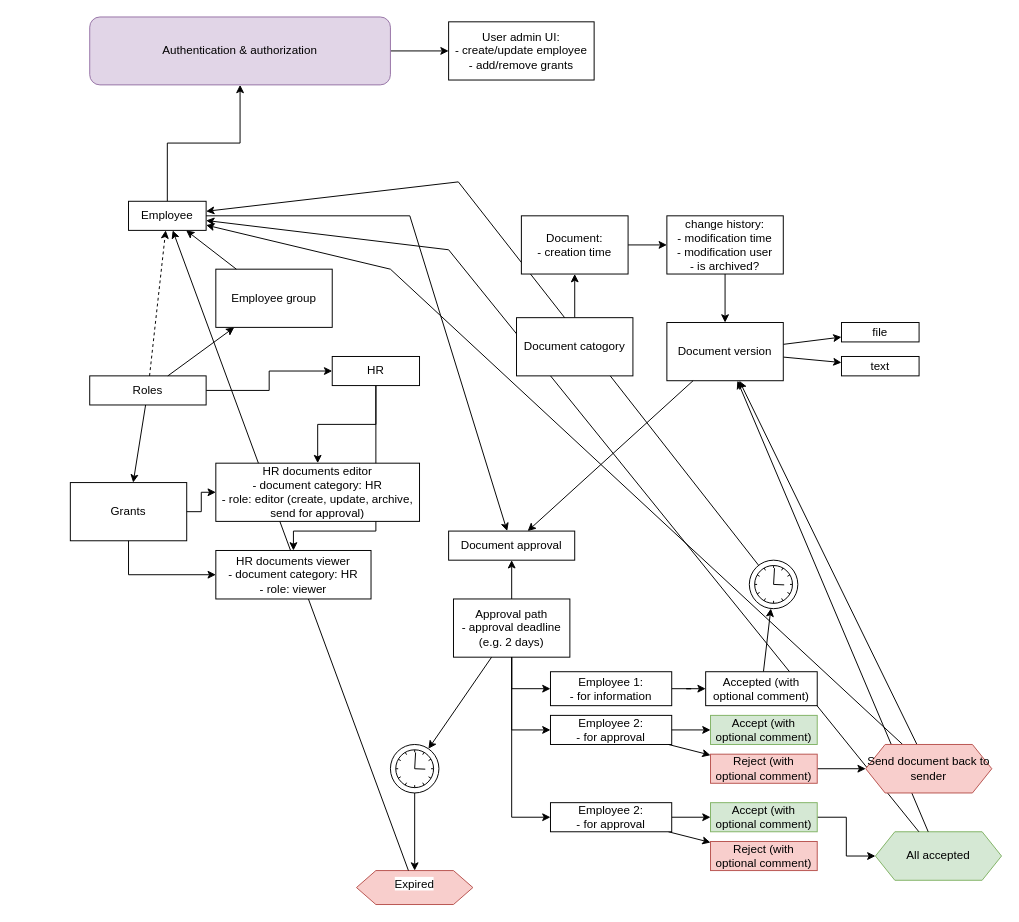
Above: documents/Документооборот.drawio in bmstr-ru/matreshka-erp (draw.io), before the change. Source tidied: cells renumbered, new cells numbered last; positions are measured from the earlier drawing's top-left corner, leaving out a move shared by most shapes. Both pictures are drawn from the tidied source at 97%, with x=0, y=0 at pixel (70, 16).
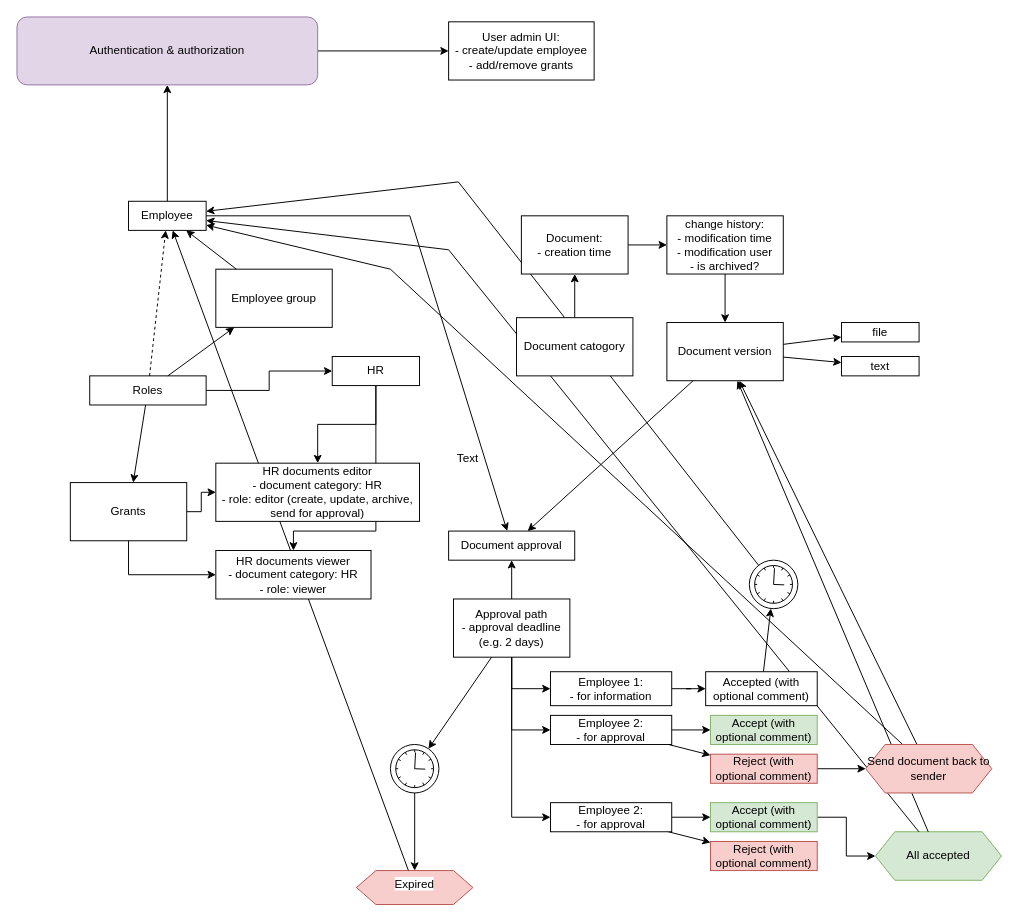
The same page after the edit.

Commit message (it also covers changes not shown here):
Create class diagram

Change to the diagram source:
```diff
@@
     <mxCell id="68" value="Authentication &amp;amp; authorization" style="rounded=1;whiteSpace=wrap;html=1;fillColor=#e1d5e7;strokeColor=#9673a6;" parent="1" vertex="1">
-      <mxGeometry x="20" width="310" height="70" as="geometry" />
+      <mxGeometry x="-55" width="310" height="70" as="geometry" />
     </mxCell>
@@
+    <mxCell id="70" value="Text" style="text;strokeColor=none;align=center;fillColor=none;html=1;verticalAlign=middle;whiteSpace=wrap;rounded=0;" parent="1" vertex="1">
+      <mxGeometry x="380" y="440" width="60" height="30" as="geometry" />
+    </mxCell>
```
